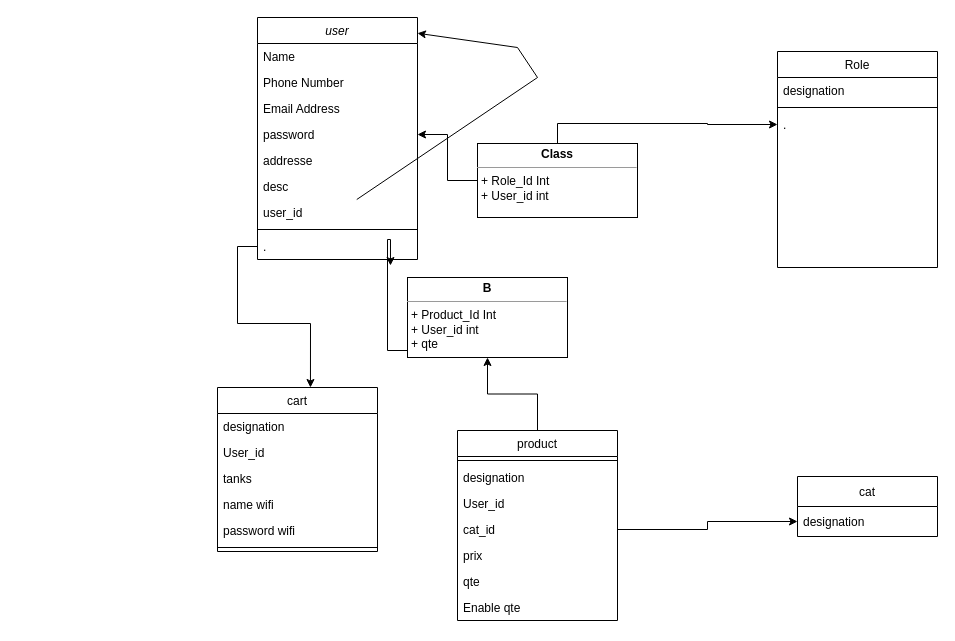
Above: page "Page-2" (2 of 3) of class Diagram.drawio in soufiane-ekouines/restaurants_cart (draw.io), before the change. Source tidied: cells renumbered, new cells numbered last; positions are measured from the earlier drawing's top-left corner, leaving out a move shared by most shapes. Both pictures are drawn from the tidied source at 100%, with x=0, y=0 at pixel (217, 17).
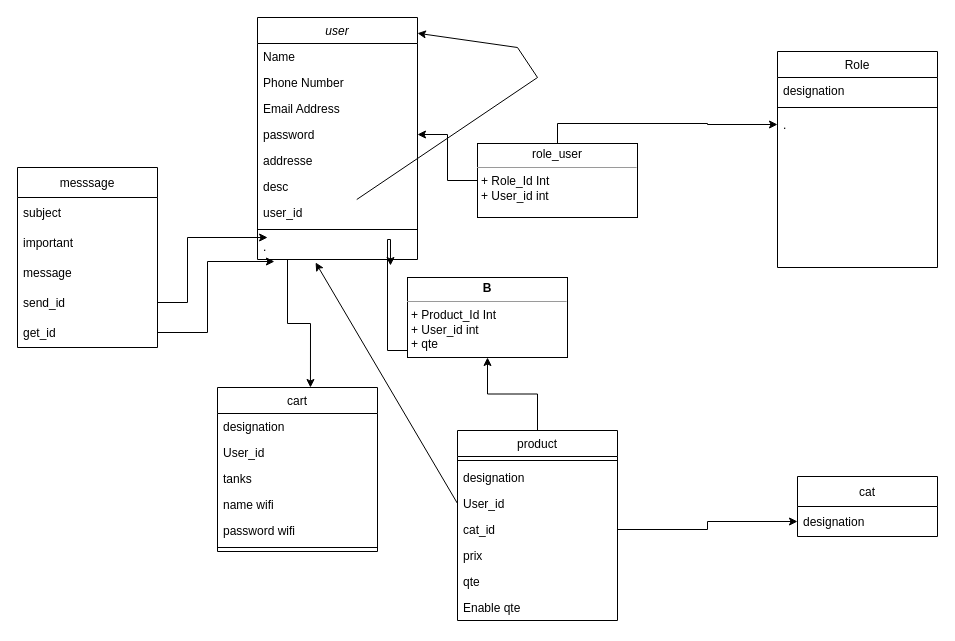
After the change.

Unchanged cells that the change refers to:
```xml
<mxCell id="11" value="." style="text;align=left;verticalAlign=top;spacingLeft=4;spacingRight=4;overflow=hidden;points=[[0,0.5],[1,0.5]];portConstraint=eastwest;" parent="2" vertex="1">
  <mxGeometry y="216" width="160" height="26" as="geometry" />
</mxCell>
<mxCell id="13" value="cart" style="swimlane;fontStyle=0;align=center;verticalAlign=top;horizontal=1;startSize=26;rounded=0;shadow=0;strokeWidth=1;" parent="1" vertex="1">
  <mxGeometry y="370" width="160" height="164" as="geometry" />
</mxCell>
<mxCell id="24" value="User_id" style="text;align=left;verticalAlign=top;spacingLeft=4;spacingRight=4;overflow=hidden;points=[[0,0.5],[1,0.5]];portConstraint=eastwest;" parent="21" vertex="1">
  <mxGeometry y="60" width="160" height="26" as="geometry" />
</mxCell>
```

Diff of the diagram source:
```diff
@@
-    <mxCell id="37" value="&lt;p style=&quot;margin:0px;margin-top:4px;text-align:center;&quot;&gt;&lt;b&gt;Class&lt;/b&gt;&lt;/p&gt;&lt;hr size=&quot;1&quot;&gt;&lt;p style=&quot;margin:0px;margin-left:4px;&quot;&gt;+ Role_Id Int&lt;/p&gt;&lt;p style=&quot;margin:0px;margin-left:4px;&quot;&gt;+ User_id int&lt;br&gt;&lt;/p&gt;" style="verticalAlign=top;align=left;overflow=fill;fontSize=12;fontFamily=Helvetica;html=1;" parent="1" vertex="1">
+    <mxCell id="37" value="&lt;p style=&quot;margin:0px;margin-top:4px;text-align:center;&quot;&gt;role_user&lt;/p&gt;&lt;hr size=&quot;1&quot;&gt;&lt;p style=&quot;margin:0px;margin-left:4px;&quot;&gt;+ Role_Id Int&lt;/p&gt;&lt;p style=&quot;margin:0px;margin-left:4px;&quot;&gt;+ User_id int&lt;br&gt;&lt;/p&gt;" style="verticalAlign=top;align=left;overflow=fill;fontSize=12;fontFamily=Helvetica;html=1;" parent="1" vertex="1">
       <mxGeometry x="260" y="126" width="160" height="74" as="geometry" />
     </mxCell>
     <mxCell id="38" style="edgeStyle=orthogonalEdgeStyle;rounded=0;jettySize=auto;html=1;entryX=0.581;entryY=0;entryDx=0;entryDy=0;entryPerimeter=0;" parent="1" edge="1" source="11" target="13">
-      <mxGeometry relative="1" as="geometry" />
+      <mxGeometry relative="1" as="geometry">
+        <Array as="points">
+          <mxPoint x="70" y="306" />
+          <mxPoint x="93" y="306" />
+        </Array>
+      </mxGeometry>
     </mxCell>
@@
+    <mxCell id="42" style="endArrow=classic;html=1;rounded=0;entryX=0.363;entryY=1.115;entryDx=0;entryDy=0;entryPerimeter=0;exitX=0;exitY=0.5;exitDx=0;exitDy=0;" parent="1" edge="1" source="24" target="11">
+      <mxGeometry relative="1" as="geometry" />
+    </mxCell>
+    <mxCell id="43" value="messsage" style="swimlane;fontStyle=0;horizontal=1;startSize=30;" parent="1" vertex="1">
+      <mxGeometry x="-200" y="150" width="140" height="180" as="geometry" />
+    </mxCell>
+    <mxCell id="44" value="subject" style="text;strokeColor=none;fillColor=none;align=left;verticalAlign=middle;spacingLeft=4;spacingRight=4;overflow=hidden;" parent="43" vertex="1">
+      <mxGeometry y="30" width="140" height="30" as="geometry" />
+    </mxCell>
+    <mxCell id="45" value="important" style="text;strokeColor=none;fillColor=none;align=left;verticalAlign=middle;spacingLeft=4;spacingRight=4;overflow=hidden;" parent="43" vertex="1">
+      <mxGeometry y="60" width="140" height="30" as="geometry" />
+    </mxCell>
+    <mxCell id="46" value="message" style="text;strokeColor=none;fillColor=none;align=left;verticalAlign=middle;spacingLeft=4;spacingRight=4;overflow=hidden;" parent="43" vertex="1">
+      <mxGeometry y="90" width="140" height="30" as="geometry" />
+    </mxCell>
+    <mxCell id="47" value="send_id" style="text;strokeColor=none;fillColor=none;align=left;verticalAlign=middle;spacingLeft=4;spacingRight=4;overflow=hidden;points=[[0,0.5],[1,0.5]];portConstraint=eastwest;" parent="43" vertex="1">
+      <mxGeometry y="120" width="140" height="30" as="geometry" />
+    </mxCell>
+    <mxCell id="48" value="get_id" style="text;strokeColor=none;fillColor=none;align=left;verticalAlign=middle;spacingLeft=4;spacingRight=4;overflow=hidden;points=[[0,0.5],[1,0.5]];portConstraint=eastwest;" parent="43" vertex="1">
+      <mxGeometry y="150" width="140" height="30" as="geometry" />
+    </mxCell>
+    <mxCell id="49" style="edgeStyle=orthogonalEdgeStyle;rounded=0;jettySize=auto;html=1;entryX=0.063;entryY=0.154;entryDx=0;entryDy=0;entryPerimeter=0;" parent="1" edge="1" source="47" target="11">
+      <mxGeometry relative="1" as="geometry">
+        <Array as="points">
+          <mxPoint x="-30" y="285" />
+          <mxPoint x="-30" y="220" />
+        </Array>
+      </mxGeometry>
+    </mxCell>
+    <mxCell id="50" style="edgeStyle=orthogonalEdgeStyle;rounded=0;jettySize=auto;html=1;entryX=0.106;entryY=1.077;entryDx=0;entryDy=0;entryPerimeter=0;" parent="1" edge="1" source="48" target="11">
+      <mxGeometry relative="1" as="geometry" />
+    </mxCell>
```
